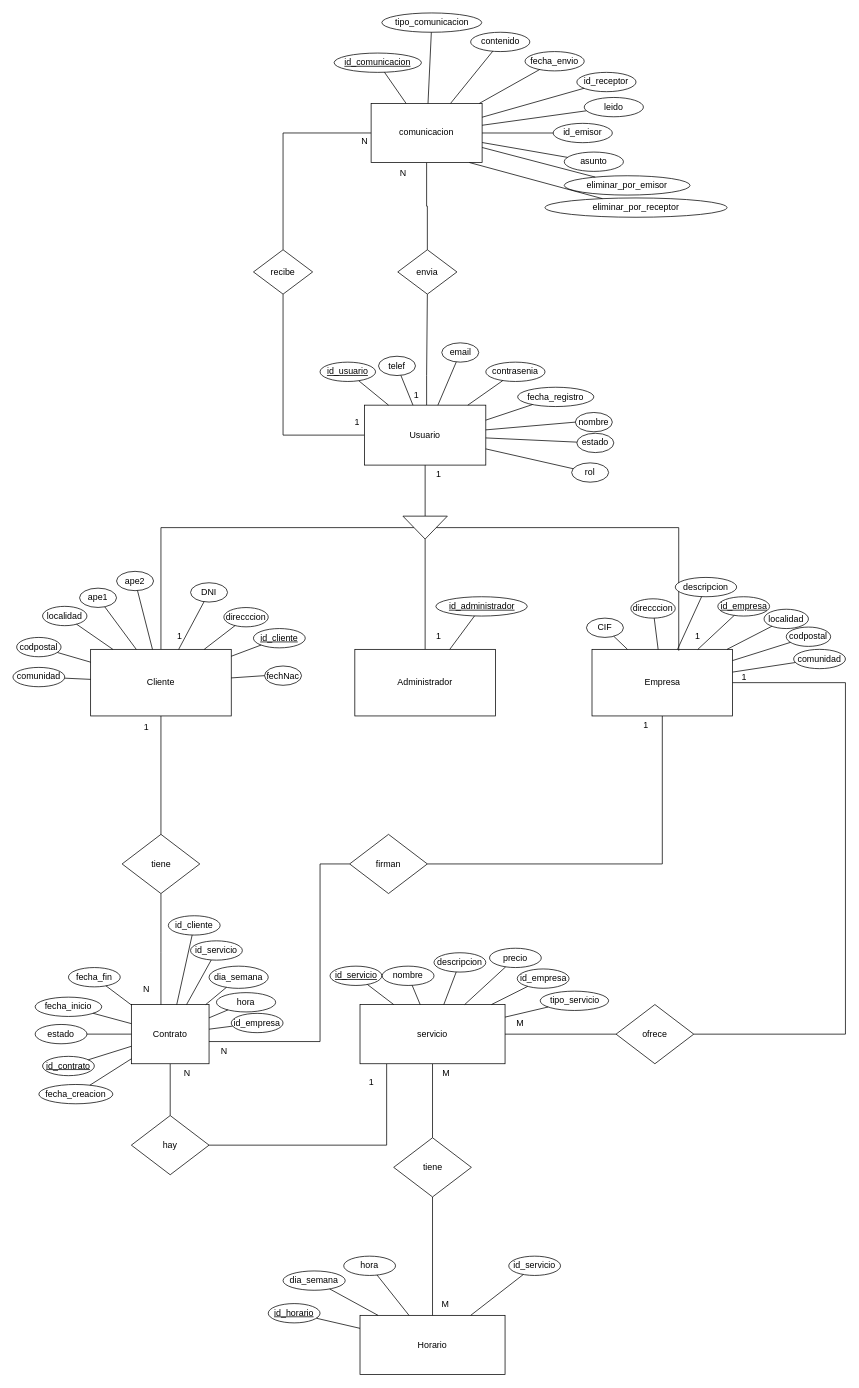
Before: docs/base_datos/ER.drawio in egilp04/TFG_Cuidados, a draw.io diagram. Source tidied: cells renumbered, new cells numbered last; positions are measured from the earlier drawing's top-left corner, leaving out a move shared by most shapes. Both pictures are drawn from the tidied source at 74%, with x=0, y=0 at pixel (13, 13).
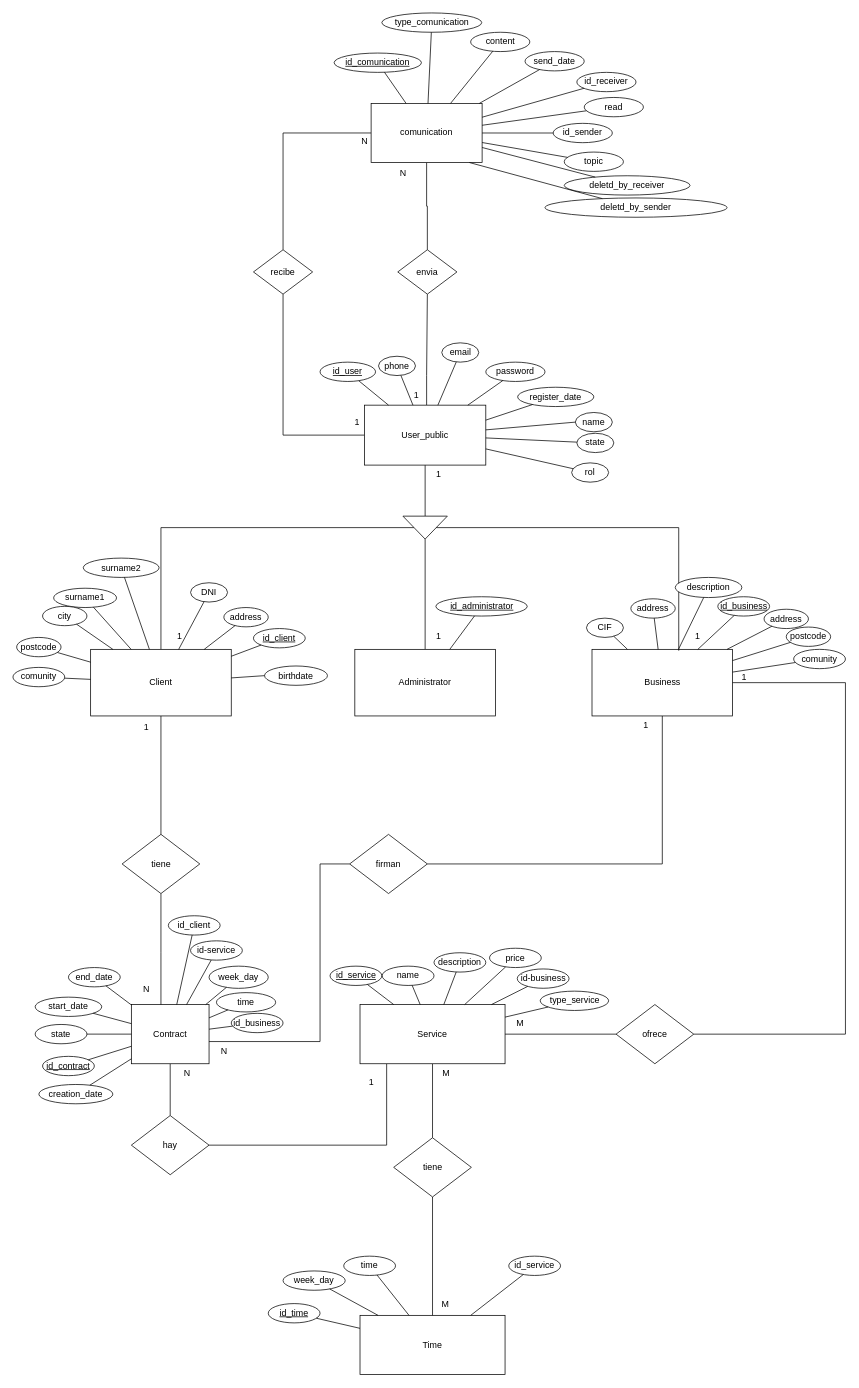
After the change.

Change to the diagram source:
```diff
@@
-    <mxCell id="3" value="Contrato" style="rounded=0;whiteSpace=wrap;html=1;" parent="1" vertex="1">
+    <mxCell id="3" value="Contract" style="rounded=0;whiteSpace=wrap;html=1;" parent="1" vertex="1">
       <mxGeometry x="160" y="1340" width="105" height="80" as="geometry" />
     </mxCell>
@@
-    <mxCell id="9" value="Usuario" style="rounded=0;whiteSpace=wrap;html=1;" parent="1" vertex="1">
+    <mxCell id="9" value="User_public" style="rounded=0;whiteSpace=wrap;html=1;" parent="1" vertex="1">
       <mxGeometry x="475" y="530" width="164" height="81" as="geometry" />
     </mxCell>
@@
-    <mxCell id="13" value="Administrador" style="rounded=0;whiteSpace=wrap;html=1;" parent="1" vertex="1">
+    <mxCell id="13" value="Administrator" style="rounded=0;whiteSpace=wrap;html=1;" parent="1" vertex="1">
       <mxGeometry x="462" y="860" width="190" height="90" as="geometry" />
     </mxCell>
@@
-    <mxCell id="15" value="Empresa" style="rounded=0;whiteSpace=wrap;html=1;" parent="1" vertex="1">
+    <mxCell id="15" value="Business" style="rounded=0;whiteSpace=wrap;html=1;" parent="1" vertex="1">
       <mxGeometry x="782.5" y="860" width="190" height="90" as="geometry" />
     </mxCell>
@@
-    <mxCell id="17" value="Cliente" style="rounded=0;whiteSpace=wrap;html=1;" parent="1" vertex="1">
+    <mxCell id="17" value="Client" style="rounded=0;whiteSpace=wrap;html=1;" parent="1" vertex="1">
       <mxGeometry x="105" y="860" width="190" height="90" as="geometry" />
     </mxCell>
@@
-    <mxCell id="21" value="comunicacion" style="rounded=0;whiteSpace=wrap;html=1;" parent="1" vertex="1">
+    <mxCell id="21" value="comunication" style="rounded=0;whiteSpace=wrap;html=1;" parent="1" vertex="1">
       <mxGeometry x="484" y="122.2" width="150" height="80" as="geometry" />
     </mxCell>
@@
-    <mxCell id="24" value="servicio" style="rounded=0;whiteSpace=wrap;html=1;" parent="1" vertex="1">
+    <mxCell id="24" value="Service" style="rounded=0;whiteSpace=wrap;html=1;" parent="1" vertex="1">
       <mxGeometry x="469" y="1340" width="196" height="80" as="geometry" />
     </mxCell>
@@
-    <mxCell id="29" value="Horario" style="rounded=0;whiteSpace=wrap;html=1;" parent="1" vertex="1">
+    <mxCell id="29" value="Time" style="rounded=0;whiteSpace=wrap;html=1;" parent="1" vertex="1">
       <mxGeometry x="469" y="1760" width="196" height="80" as="geometry" />
     </mxCell>
@@
-    <mxCell id="43" value="&lt;u&gt;id_usuario&lt;/u&gt;" style="ellipse;whiteSpace=wrap;html=1;" parent="1" vertex="1">
+    <mxCell id="43" value="&lt;u&gt;id_user&lt;/u&gt;" style="ellipse;whiteSpace=wrap;html=1;" parent="1" vertex="1">
       <mxGeometry x="415" y="471.9" width="75" height="26.1" as="geometry" />
     </mxCell>
-    <mxCell id="44" value="nombre" style="ellipse;whiteSpace=wrap;html=1;" parent="1" vertex="1">
+    <mxCell id="44" value="name" style="ellipse;whiteSpace=wrap;html=1;" parent="1" vertex="1">
       <mxGeometry x="760" y="539.9" width="50" height="26.1" as="geometry" />
     </mxCell>
-    <mxCell id="45" value="ape1" style="ellipse;whiteSpace=wrap;html=1;" parent="1" vertex="1">
-      <mxGeometry x="90" y="777.3" width="50" height="26.1" as="geometry" />
+    <mxCell id="45" value="surname1" style="ellipse;whiteSpace=wrap;html=1;" parent="1" vertex="1">
+      <mxGeometry x="55" y="777.4" width="85" height="26.1" as="geometry" />
     </mxCell>
-    <mxCell id="46" value="ape2" style="ellipse;whiteSpace=wrap;html=1;" parent="1" vertex="1">
-      <mxGeometry x="140" y="754.6" width="50" height="26.1" as="geometry" />
+    <mxCell id="46" value="surname2" style="ellipse;whiteSpace=wrap;html=1;" parent="1" vertex="1">
+      <mxGeometry x="95" y="736.7" width="102.5" height="26.1" as="geometry" />
     </mxCell>
@@
-    <mxCell id="48" value="telef" style="ellipse;whiteSpace=wrap;html=1;" parent="1" vertex="1">
+    <mxCell id="48" value="phone" style="ellipse;whiteSpace=wrap;html=1;" parent="1" vertex="1">
       <mxGeometry x="494" y="463.9" width="50" height="26.1" as="geometry" />
     </mxCell>
@@
-    <mxCell id="50" value="contrasenia" style="ellipse;whiteSpace=wrap;html=1;" parent="1" vertex="1">
+    <mxCell id="50" value="password" style="ellipse;whiteSpace=wrap;html=1;" parent="1" vertex="1">
       <mxGeometry x="639" y="471.9" width="80" height="26.1" as="geometry" />
     </mxCell>
@@
-    <mxCell id="52" value="direcccion" style="ellipse;whiteSpace=wrap;html=1;" parent="1" vertex="1">
+    <mxCell id="52" value="address" style="ellipse;whiteSpace=wrap;html=1;" parent="1" vertex="1">
       <mxGeometry x="835" y="791.7" width="60" height="26.1" as="geometry" />
     </mxCell>
-    <mxCell id="53" value="direcccion" style="ellipse;whiteSpace=wrap;html=1;" parent="1" vertex="1">
+    <mxCell id="53" value="address" style="ellipse;whiteSpace=wrap;html=1;" parent="1" vertex="1">
       <mxGeometry x="285" y="803.5" width="60" height="26.1" as="geometry" />
     </mxCell>
-    <mxCell id="54" value="&lt;u&gt;id_comunicacion&lt;/u&gt;" style="ellipse;whiteSpace=wrap;html=1;" parent="1" vertex="1">
+    <mxCell id="54" value="&lt;u&gt;id_comunication&lt;/u&gt;" style="ellipse;whiteSpace=wrap;html=1;" parent="1" vertex="1">
       <mxGeometry x="434" y="54.2" width="118" height="26.1" as="geometry" />
     </mxCell>
-    <mxCell id="55" value="tipo_comunicacion" style="ellipse;whiteSpace=wrap;html=1;" parent="1" vertex="1">
+    <mxCell id="55" value="type_comunication" style="ellipse;whiteSpace=wrap;html=1;" parent="1" vertex="1">
       <mxGeometry x="498.5" width="135" height="26.1" as="geometry" />
     </mxCell>
-    <mxCell id="56" value="fecha_envio" style="ellipse;whiteSpace=wrap;html=1;" parent="1" vertex="1">
+    <mxCell id="56" value="send_date" style="ellipse;whiteSpace=wrap;html=1;" parent="1" vertex="1">
       <mxGeometry x="692" y="52.2" width="80" height="26.1" as="geometry" />
     </mxCell>
-    <mxCell id="57" value="leido" style="ellipse;whiteSpace=wrap;html=1;" parent="1" vertex="1">
+    <mxCell id="57" value="read" style="ellipse;whiteSpace=wrap;html=1;" parent="1" vertex="1">
       <mxGeometry x="772" y="114.2" width="80" height="26.1" as="geometry" />
     </mxCell>
-    <mxCell id="58" value="id_receptor" style="ellipse;whiteSpace=wrap;html=1;" parent="1" vertex="1">
+    <mxCell id="58" value="id_receiver" style="ellipse;whiteSpace=wrap;html=1;" parent="1" vertex="1">
       <mxGeometry x="762" y="80.3" width="80" height="26.1" as="geometry" />
     </mxCell>
-    <mxCell id="59" value="id_emisor" style="ellipse;whiteSpace=wrap;html=1;" parent="1" vertex="1">
+    <mxCell id="59" value="id_sender" style="ellipse;whiteSpace=wrap;html=1;" parent="1" vertex="1">
       <mxGeometry x="730" y="149.2" width="80" height="26.1" as="geometry" />
     </mxCell>
-    <mxCell id="60" value="dia_semana" style="ellipse;whiteSpace=wrap;html=1;" parent="1" vertex="1">
+    <mxCell id="60" value="week_day" style="ellipse;whiteSpace=wrap;html=1;" parent="1" vertex="1">
       <mxGeometry x="265" y="1288.1" width="80" height="30" as="geometry" />
     </mxCell>
-    <mxCell id="61" value="hora" style="ellipse;whiteSpace=wrap;html=1;" parent="1" vertex="1">
+    <mxCell id="61" value="time" style="ellipse;whiteSpace=wrap;html=1;" parent="1" vertex="1">
       <mxGeometry x="275" y="1323.9" width="80" height="26.1" as="geometry" />
     </mxCell>
-    <mxCell id="62" value="estado" style="ellipse;whiteSpace=wrap;html=1;" parent="1" vertex="1">
+    <mxCell id="62" value="state" style="ellipse;whiteSpace=wrap;html=1;" parent="1" vertex="1">
       <mxGeometry x="30" y="1366.9" width="70" height="26.1" as="geometry" />
     </mxCell>
-    <mxCell id="63" value="fecha_inicio" style="ellipse;whiteSpace=wrap;html=1;" parent="1" vertex="1">
+    <mxCell id="63" value="start_date" style="ellipse;whiteSpace=wrap;html=1;" parent="1" vertex="1">
       <mxGeometry x="30" y="1330" width="90" height="26.1" as="geometry" />
     </mxCell>
-    <mxCell id="64" value="fecha_fin" style="ellipse;whiteSpace=wrap;html=1;" parent="1" vertex="1">
+    <mxCell id="64" value="end_date" style="ellipse;whiteSpace=wrap;html=1;" parent="1" vertex="1">
       <mxGeometry x="75" y="1290" width="70" height="26.1" as="geometry" />
     </mxCell>
-    <mxCell id="65" value="id_servicio" style="ellipse;whiteSpace=wrap;html=1;" parent="1" vertex="1">
+    <mxCell id="65" value="id-service" style="ellipse;whiteSpace=wrap;html=1;" parent="1" vertex="1">
       <mxGeometry x="240" y="1253.9" width="70" height="26.1" as="geometry" />
     </mxCell>
-    <mxCell id="66" value="id_cliente" style="ellipse;whiteSpace=wrap;html=1;" parent="1" vertex="1">
+    <mxCell id="66" value="id_client" style="ellipse;whiteSpace=wrap;html=1;" parent="1" vertex="1">
       <mxGeometry x="210" y="1220" width="70" height="26.1" as="geometry" />
     </mxCell>
-    <mxCell id="67" value="&lt;u&gt;id_contrato&lt;/u&gt;" style="ellipse;whiteSpace=wrap;html=1;" parent="1" vertex="1">
+    <mxCell id="67" value="&lt;u&gt;id_contract&lt;/u&gt;" style="ellipse;whiteSpace=wrap;html=1;" parent="1" vertex="1">
       <mxGeometry x="40" y="1410" width="70" height="26.1" as="geometry" />
     </mxCell>
-    <mxCell id="68" value="&lt;u&gt;id_horario&lt;/u&gt;" style="ellipse;whiteSpace=wrap;html=1;" parent="1" vertex="1">
+    <mxCell id="68" value="&lt;u&gt;id_time&lt;/u&gt;" style="ellipse;whiteSpace=wrap;html=1;" parent="1" vertex="1">
       <mxGeometry x="345" y="1744.1" width="70" height="26.1" as="geometry" />
     </mxCell>
-    <mxCell id="69" value="dia_semana" style="ellipse;whiteSpace=wrap;html=1;" parent="1" vertex="1">
+    <mxCell id="69" value="week_day" style="ellipse;whiteSpace=wrap;html=1;" parent="1" vertex="1">
       <mxGeometry x="365" y="1700" width="84" height="26.1" as="geometry" />
     </mxCell>
-    <mxCell id="70" value="hora" style="ellipse;whiteSpace=wrap;html=1;" parent="1" vertex="1">
+    <mxCell id="70" value="time" style="ellipse;whiteSpace=wrap;html=1;" parent="1" vertex="1">
       <mxGeometry x="447" y="1680" width="70" height="26.1" as="geometry" />
     </mxCell>
-    <mxCell id="71" value="&lt;u&gt;id_servicio&lt;/u&gt;" style="ellipse;whiteSpace=wrap;html=1;" parent="1" vertex="1">
+    <mxCell id="71" value="&lt;u&gt;id_service&lt;/u&gt;" style="ellipse;whiteSpace=wrap;html=1;" parent="1" vertex="1">
       <mxGeometry x="428.5" y="1288.1" width="70" height="26.1" as="geometry" />
     </mxCell>
-    <mxCell id="72" value="descripcion" style="ellipse;whiteSpace=wrap;html=1;" parent="1" vertex="1">
+    <mxCell id="72" value="description" style="ellipse;whiteSpace=wrap;html=1;" parent="1" vertex="1">
       <mxGeometry x="569" y="1270" width="70" height="26.1" as="geometry" />
     </mxCell>
-    <mxCell id="73" value="precio" style="ellipse;whiteSpace=wrap;html=1;" parent="1" vertex="1">
+    <mxCell id="73" value="price" style="ellipse;whiteSpace=wrap;html=1;" parent="1" vertex="1">
       <mxGeometry x="644" y="1263.9" width="70" height="26.1" as="geometry" />
     </mxCell>
-    <mxCell id="74" value="nombre" style="ellipse;whiteSpace=wrap;html=1;" parent="1" vertex="1">
+    <mxCell id="74" value="name" style="ellipse;whiteSpace=wrap;html=1;" parent="1" vertex="1">
       <mxGeometry x="499" y="1288.1" width="70" height="26.1" as="geometry" />
     </mxCell>
-    <mxCell id="75" value="id_servicio" style="ellipse;whiteSpace=wrap;html=1;" parent="1" vertex="1">
+    <mxCell id="75" value="id_service" style="ellipse;whiteSpace=wrap;html=1;" parent="1" vertex="1">
       <mxGeometry x="670" y="1680" width="70" height="26.1" as="geometry" />
     </mxCell>
-    <mxCell id="76" value="id_empresa" style="ellipse;whiteSpace=wrap;html=1;" parent="1" vertex="1">
+    <mxCell id="76" value="id-business" style="ellipse;whiteSpace=wrap;html=1;" parent="1" vertex="1">
       <mxGeometry x="681.5" y="1291.9" width="70" height="26.1" as="geometry" />
     </mxCell>
-    <mxCell id="77" value="&lt;u&gt;id_cliente&lt;/u&gt;" style="ellipse;whiteSpace=wrap;html=1;" parent="1" vertex="1">
+    <mxCell id="77" value="&lt;u&gt;id_client&lt;/u&gt;" style="ellipse;whiteSpace=wrap;html=1;" parent="1" vertex="1">
       <mxGeometry x="325" y="831.9" width="70" height="26.1" as="geometry" />
     </mxCell>
-    <mxCell id="78" value="&lt;u&gt;id_administrador&lt;/u&gt;" style="ellipse;whiteSpace=wrap;html=1;" parent="1" vertex="1">
+    <mxCell id="78" value="&lt;u&gt;id_administrator&lt;/u&gt;" style="ellipse;whiteSpace=wrap;html=1;" parent="1" vertex="1">
       <mxGeometry x="571.5" y="788.9" width="123.5" height="26.1" as="geometry" />
     </mxCell>
-    <mxCell id="79" value="&lt;u&gt;id_empresa&lt;/u&gt;" style="ellipse;whiteSpace=wrap;html=1;" parent="1" vertex="1">
+    <mxCell id="79" value="&lt;u&gt;id_business&lt;/u&gt;" style="ellipse;whiteSpace=wrap;html=1;" parent="1" vertex="1">
       <mxGeometry x="952.5" y="788.9" width="70" height="26.1" as="geometry" />
     </mxCell>
-    <mxCell id="80" value="contenido" style="ellipse;whiteSpace=wrap;html=1;" parent="1" vertex="1">
+    <mxCell id="80" value="content" style="ellipse;whiteSpace=wrap;html=1;" parent="1" vertex="1">
       <mxGeometry x="618.5" y="26.1" width="80" height="26.1" as="geometry" />
     </mxCell>
@@
-    <mxCell id="119" value="tipo_servicio" style="ellipse;whiteSpace=wrap;html=1;" parent="1" vertex="1">
+    <mxCell id="119" value="type_service" style="ellipse;whiteSpace=wrap;html=1;" parent="1" vertex="1">
       <mxGeometry x="712.5" y="1321.9" width="92.5" height="26.1" as="geometry" />
     </mxCell>
@@
-    <mxCell id="123" value="id_empresa" style="ellipse;whiteSpace=wrap;html=1;" parent="1" vertex="1">
+    <mxCell id="123" value="id_business" style="ellipse;whiteSpace=wrap;html=1;" parent="1" vertex="1">
       <mxGeometry x="295" y="1351.9" width="70" height="26.1" as="geometry" />
     </mxCell>
@@
-    <mxCell id="130" value="fecha_creacion" style="ellipse;whiteSpace=wrap;html=1;" parent="1" vertex="1">
+    <mxCell id="130" value="creation_date" style="ellipse;whiteSpace=wrap;html=1;" parent="1" vertex="1">
       <mxGeometry x="35" y="1448" width="100" height="26.1" as="geometry" />
     </mxCell>
@@
-    <mxCell id="135" value="fechNac" style="ellipse;whiteSpace=wrap;html=1;" parent="1" vertex="1">
-      <mxGeometry x="340" y="882.5" width="50" height="26.1" as="geometry" />
+    <mxCell id="135" value="birthdate" style="ellipse;whiteSpace=wrap;html=1;" parent="1" vertex="1">
+      <mxGeometry x="340" y="882.5" width="85" height="26.1" as="geometry" />
     </mxCell>
@@
-    <mxCell id="137" value="descripcion" style="ellipse;whiteSpace=wrap;html=1;" parent="1" vertex="1">
-      <mxGeometry x="895" y="762.8" width="83" height="26.1" as="geometry" />
+    <mxCell id="137" value="description" style="ellipse;whiteSpace=wrap;html=1;" parent="1" vertex="1">
+      <mxGeometry x="895" y="762.8" width="90" height="27.2" as="geometry" />
     </mxCell>
@@
-    <mxCell id="139" value="fecha_registro" style="ellipse;whiteSpace=wrap;html=1;" parent="1" vertex="1">
+    <mxCell id="139" value="register_date" style="ellipse;whiteSpace=wrap;html=1;" parent="1" vertex="1">
       <mxGeometry x="682" y="505.8" width="103" height="26.1" as="geometry" />
     </mxCell>
@@
-    <mxCell id="141" value="asunto" style="ellipse;whiteSpace=wrap;html=1;" parent="1" vertex="1">
+    <mxCell id="141" value="topic" style="ellipse;whiteSpace=wrap;html=1;" parent="1" vertex="1">
       <mxGeometry x="745" y="188" width="80" height="26.1" as="geometry" />
     </mxCell>
@@
-    <mxCell id="144" value="localidad" style="ellipse;whiteSpace=wrap;html=1;" parent="1" vertex="1">
+    <mxCell id="144" value="address" style="ellipse;whiteSpace=wrap;html=1;" parent="1" vertex="1">
       <mxGeometry x="1015" y="805.8" width="60" height="26.1" as="geometry" />
     </mxCell>
-    <mxCell id="145" value="codpostal" style="ellipse;whiteSpace=wrap;html=1;" parent="1" vertex="1">
+    <mxCell id="145" value="postcode" style="ellipse;whiteSpace=wrap;html=1;" parent="1" vertex="1">
       <mxGeometry x="1045" y="829.9" width="60" height="26.1" as="geometry" />
     </mxCell>
-    <mxCell id="146" value="comunidad" style="ellipse;whiteSpace=wrap;html=1;" parent="1" vertex="1">
+    <mxCell id="146" value="comunity" style="ellipse;whiteSpace=wrap;html=1;" parent="1" vertex="1">
       <mxGeometry x="1055" y="860" width="70" height="26.1" as="geometry" />
     </mxCell>
@@
-    <mxCell id="150" value="localidad" style="ellipse;whiteSpace=wrap;html=1;" parent="1" vertex="1">
+    <mxCell id="150" value="city" style="ellipse;whiteSpace=wrap;html=1;" parent="1" vertex="1">
       <mxGeometry x="40" y="801.9" width="60" height="26.1" as="geometry" />
     </mxCell>
-    <mxCell id="151" value="codpostal" style="ellipse;whiteSpace=wrap;html=1;" parent="1" vertex="1">
+    <mxCell id="151" value="postcode" style="ellipse;whiteSpace=wrap;html=1;" parent="1" vertex="1">
       <mxGeometry x="5" y="843.9" width="60" height="26.1" as="geometry" />
     </mxCell>
-    <mxCell id="152" value="comunidad" style="ellipse;whiteSpace=wrap;html=1;" parent="1" vertex="1">
+    <mxCell id="152" value="comunity" style="ellipse;whiteSpace=wrap;html=1;" parent="1" vertex="1">
       <mxGeometry y="884.4" width="70" height="26.1" as="geometry" />
     </mxCell>
@@
-    <mxCell id="156" value="eliminar_por_emisor" style="ellipse;whiteSpace=wrap;html=1;" parent="1" vertex="1">
+    <mxCell id="156" value="deletd_by_receiver" style="ellipse;whiteSpace=wrap;html=1;" parent="1" vertex="1">
       <mxGeometry x="745" y="220" width="170" height="26.1" as="geometry" />
     </mxCell>
-    <mxCell id="157" value="eliminar_por_receptor" style="ellipse;whiteSpace=wrap;html=1;" parent="1" vertex="1">
+    <mxCell id="157" value="deletd_by_sender" style="ellipse;whiteSpace=wrap;html=1;" parent="1" vertex="1">
       <mxGeometry x="719" y="250" width="246" height="26.1" as="geometry" />
     </mxCell>
@@
-    <mxCell id="160" value="estado" style="ellipse;whiteSpace=wrap;html=1;" parent="1" vertex="1">
+    <mxCell id="160" value="state" style="ellipse;whiteSpace=wrap;html=1;" parent="1" vertex="1">
       <mxGeometry x="762" y="568" width="50" height="26.1" as="geometry" />
     </mxCell>
```
